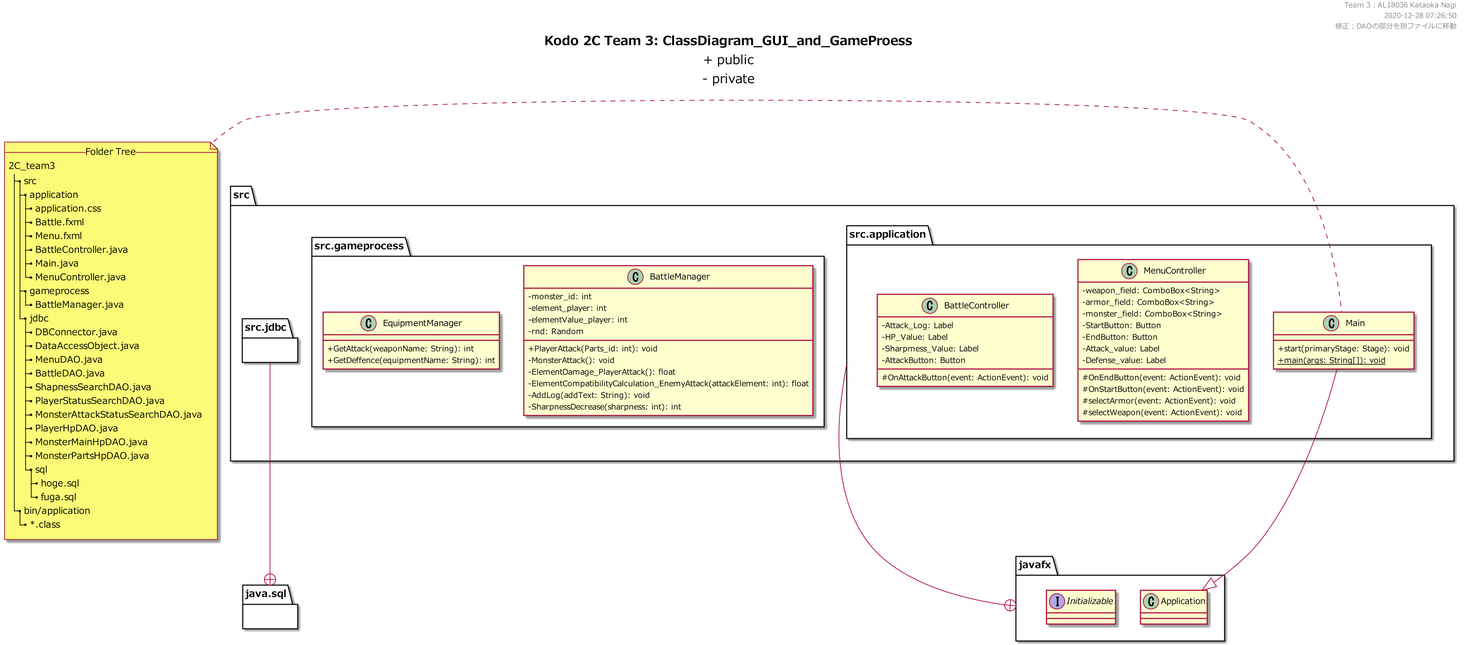
Before: uml/out/ClassDiagram_GUI_and_GameProess.png, a diagram exported from PlantUML (KataokaNagi/2C_team3). The source it was exported from:
```plantuml
@startuml ./out/ClassDiagram_GUI_and_GameProess.png
scale 1.5
skinparam DefaultFontName メイリオ
skinparam classAttributeIconSize 0


header
Team 3 : AL18036 Kataoka Nagi
2020-12-28 07:26:50
修正：DAOの部分を別ファイルに移動
end header


title
**Kodo 2C Team 3: ClassDiagram_GUI_and_GameProess**
+ public
~- private
end title


package src {
  package src.application {
    class Main
  }
  package src.gameprocess {
  }
  package src.jdbc {
  }
}


note left
  --Folder Tree--
  2C_team3
  |_ src
    |_ application
      |_ application.css
      |_ Battle.fxml
      |_ Menu.fxml
      |_ BattleController.java
      |_ Main.java
      |_ MenuController.java
    |_ gameprocess
      |_ BattleManager.java
    |_ jdbc
      |_ DBConnector.java
      |_ DataAccessObject.java
      |_ MenuDAO.java
      |_ BattleDAO.java
      |_ ShapnessSearchDAO.java
      |_ PlayerStatusSearchDAO.java
      |_ MonsterAttackStatusSearchDAO.java
      |_ PlayerHpDAO.java
      |_ MonsterMainHpDAO.java
      |_ MonsterPartsHpDAO.java
      |_ sql
        |_ hoge.sql
        |_ fuga.sql
  |_ bin/application
    |_ ~*.class
end note


package java.sql {
}

package javafx {
  class Application
  Interface Initializable
}

src.jdbc --+ java.sql
src.application --+ javafx



package src.application {
  class Main extends Application {
    + start(primaryStage: Stage): void
    + {static} main(args: String[]): void
  }

  class MenuController {
    - weapon_field: ComboBox<String>
    - armor_field: ComboBox<String>
    - monster_field: ComboBox<String>
    -  StartButton: Button
    -  EndButton: Button
    -  Attack_value: Label
    -  Defense_value: Label

    # OnEndButton(event: ActionEvent): void
    # OnStartButton(event: ActionEvent): void
    # selectArmor(event: ActionEvent): void
    # selectWeapon(event: ActionEvent): void
  }

  class BattleController {
    - Attack_Log: Label
    - HP_Value: Label
    - Sharpmess_Value: Label
    - AttackButton: Button

    # OnAttackButton(event: ActionEvent): void
  }
}





package src.gameprocess {
  class BattleManager {
    - monster_id: int
    - element_player: int
    - elementValue_player: int
    - rnd: Random

    + PlayerAttack(Parts_id: int): void
    - MonsterAttack(): void
    - ElementDamage_PlayerAttack(): float
    - ElementCompatibilityCalculation_EnemyAttack(attackElement: int): float
    - AddLog(addText: String): void
    - SharpnessDecrease(sharpness: int): int
  }

  class EquipmentManager {
    + GetAttack(weaponName: String): int
    + GetDeffence(equipmentName: String): int
  }
}


package src.jdbc {
}


@enduml
```
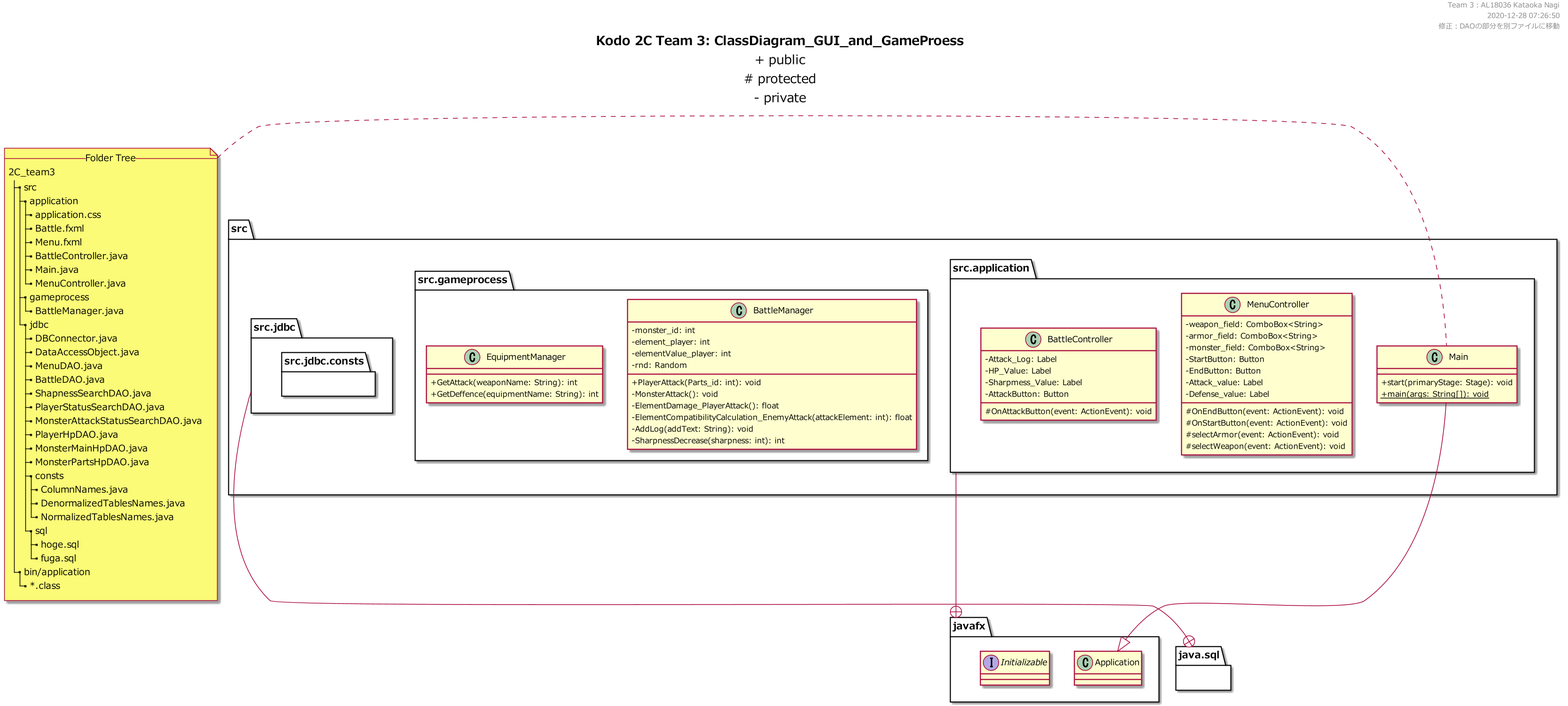
Above is the later version.

The edit, as a diff of the source:
```diff
@@ -14,6 +14,7 @@
 title
 **Kodo 2C Team 3: ClassDiagram_GUI_and_GameProess**
 + public
+~# protected
 ~- private
 end title
 
@@ -53,6 +54,10 @@
       |_ PlayerHpDAO.java
       |_ MonsterMainHpDAO.java
       |_ MonsterPartsHpDAO.java
+      |_ consts
+        |_ ColumnNames.java
+        |_ DenormalizedTablesNames.java
+        |_ NormalizedTablesNames.java
       |_ sql
         |_ hoge.sql
         |_ fuga.sql
@@ -67,6 +72,11 @@
 package javafx {
   class Application
   Interface Initializable
+}
+
+package src.jdbc {
+  package src.jdbc.consts {
+  }
 }
 
 src.jdbc --+ java.sql
```
